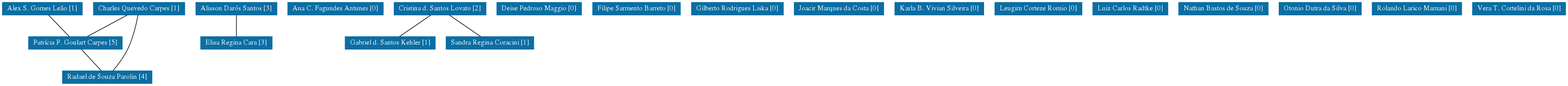
Above: Campus_Itaqui/grafoDeColaboracoesSemPesos.png in andersonbihain/forum_licenciaturas (Graphviz), before the change. Its source is kept beside it as Campus_Itaqui/grafoDeColaboracoesSemPesos.dot.
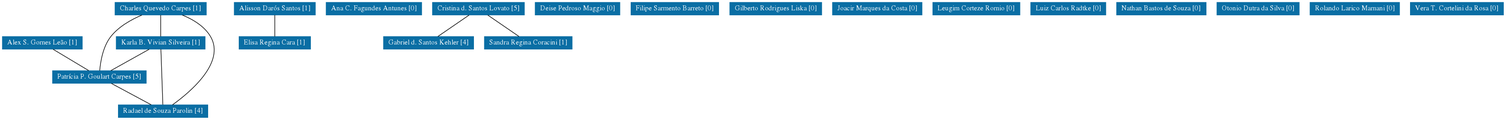
After the change.

The edit, as a diff of the source:
```diff
@@ -1,5 +1,5 @@
 strict graph grafo1 {
-	graph [bb="0,0,2602,135",
+	graph [bb="0,0,2499,192",
 		id=grafo1,
 		overlap=False
 	];
@@ -20,146 +20,149 @@
 		fontcolor="#FFFFFF",
 		height=0.29167,
 		label="Patrícia P. Goulart Carpes [5]",
-		pos="121.5,67.5",
+		pos="161.5,67.5",
 		width=2.1667];
-	0 -- 16	 [pos="76.845,113.78 86.678,103.59 101.38,88.348 111.2,78.173"];
+	0 -- 16	 [pos="84.369,113.78 101.35,103.59 126.75,88.348 143.71,78.173"];
 	17	 [URL="membro-3321947327740091.html",
 		color="#0A6EA4",
 		fontcolor="#FFFFFF",
 		height=0.29167,
 		label="Radael de Souza Parolin [4]",
-		pos="174.5,10.5",
+		pos="267.5,10.5",
 		width=2.0694];
-	16 -- 17	 [pos="131.47,56.779 140.94,46.588 155.12,31.348 164.58,21.173"];
+	16 -- 17	 [pos="181.44,56.779 200.39,46.588 228.73,31.348 247.65,21.173"];
 	1	 [URL="membro-6578656064045662.html",
 		color="#0A6EA4",
 		fontcolor="#FFFFFF",
 		height=0.29167,
-		label="Alisson Darós Santos [3]",
-		pos="389.5,124.5",
+		label="Alisson Darós Santos [1]",
+		pos="453.5,181.5",
 		width=1.875];
 	6	 [URL="membro-4030189248596755.html",
 		color="#0A6EA4",
 		fontcolor="#FFFFFF",
 		height=0.29167,
-		label="Elisa Regina Cara [3]",
-		pos="389.5,67.5",
+		label="Elisa Regina Cara [1]",
+		pos="453.5,124.5",
 		width=1.6528];
-	1 -- 6	 [pos="389.5,113.78 389.5,103.59 389.5,88.348 389.5,78.173"];
+	1 -- 6	 [pos="453.5,170.78 453.5,160.59 453.5,145.35 453.5,135.17"];
 	2	 [URL="membro-7082296865041644.html",
 		color="#0A6EA4",
 		fontcolor="#FFFFFF",
 		height=0.29167,
 		label="Ana C. Fagundes Antunes [0]",
-		pos="554.5,124.5",
+		pos="618.5,181.5",
 		width=2.2083];
 	3	 [URL="membro-6354365216617498.html",
 		color="#0A6EA4",
 		fontcolor="#FFFFFF",
 		height=0.29167,
 		label="Charles Quevedo Carpes [1]",
-		pos="227.5,124.5",
+		pos="263.5,181.5",
 		width=2.1111];
-	3 -- 16	 [pos="207.56,113.78 188.61,103.59 160.27,88.348 141.35,78.173"];
-	3 -- 17	 [pos="225.66,113.55 223.09,99.827 217.66,75.829 208.5,57 202.02,43.691 191.67,30.229 184.09,21.239"];
+	3 -- 16	 [pos="232.22,170.88 214.66,163.41 193.69,151.74 180.5,135 167.24,118.17 163.23,92.576 162.02,78.225"];
+	3 -- 17	 [pos="299.54,170.91 316.98,163.76 336.31,152.39 346.5,135 371.74,91.932 312.69,42.239 283.12,21.002"];
+	11	 [URL="membro-7199536513974481.html",
+		color="#0A6EA4",
+		fontcolor="#FFFFFF",
+		height=0.29167,
+		label="Karla B. Vivian Silveira [1]",
+		pos="263.5,124.5",
+		width=2.0556];
+	3 -- 11	 [pos="263.5,170.78 263.5,160.59 263.5,145.35 263.5,135.17"];
+	11 -- 16	 [pos="244.31,113.78 226.08,103.59 198.81,88.348 180.6,78.173"];
+	11 -- 17	 [pos="263.87,113.98 264.63,92.372 266.35,43.193 267.12,21.328"];
 	4	 [URL="membro-7562187381716677.html",
 		color="#0A6EA4",
 		fontcolor="#FFFFFF",
 		height=0.29167,
-		label="Cristina d. Santos Lovato [2]",
-		pos="728.5,124.5",
+		label="Cristina d. Santos Lovato [5]",
+		pos="792.5,181.5",
 		width=2.125];
 	8	 [URL="membro-3370111653429241.html",
 		color="#0A6EA4",
 		fontcolor="#FFFFFF",
 		height=0.29167,
-		label="Gabriel d. Santos Kehler [1]",
-		pos="645.5,67.5",
+		label="Gabriel d. Santos Kehler [4]",
+		pos="709.5,124.5",
 		width=2.0833];
-	4 -- 8	 [pos="712.89,113.78 698.05,103.59 675.86,88.348 661.04,78.173"];
+	4 -- 8	 [pos="776.89,170.78 762.05,160.59 739.86,145.35 725.04,135.17"];
 	19	 [URL="membro-3081658219182183.html",
 		color="#0A6EA4",
 		fontcolor="#FFFFFF",
 		height=0.29167,
 		label="Sandra Regina Coracini [1]",
-		pos="811.5,67.5",
+		pos="875.5,124.5",
 		width=2.0278];
-	4 -- 19	 [pos="744.11,113.78 758.95,103.59 781.14,88.348 795.96,78.173"];
+	4 -- 19	 [pos="808.11,170.78 822.95,160.59 845.14,145.35 859.96,135.17"];
 	5	 [URL="membro-9930020408308947.html",
 		color="#0A6EA4",
 		fontcolor="#FFFFFF",
 		height=0.29167,
 		label="Deise Pedroso Maggio [0]",
-		pos="893.5,124.5",
+		pos="957.5,181.5",
 		width=1.9583];
 	7	 [URL="membro-2191885072457717.html",
 		color="#0A6EA4",
 		fontcolor="#FFFFFF",
 		height=0.29167,
 		label="Filipe Sarmento Barreto [0]",
-		pos="1055.5,124.5",
+		pos="1119.5,181.5",
 		width=2.0278];
 	9	 [URL="membro-2217949943647601.html",
 		color="#0A6EA4",
 		fontcolor="#FFFFFF",
 		height=0.29167,
 		label="Gilberto Rodrigues Liska [0]",
-		pos="1223.5,124.5",
+		pos="1287.5,181.5",
 		width=2.125];
 	10	 [URL="membro-4415592608164551.html",
 		color="#0A6EA4",
 		fontcolor="#FFFFFF",
 		height=0.29167,
 		label="Joacir Marques da Costa [0]",
-		pos="1392.5,124.5",
+		pos="1456.5,181.5",
 		width=2.0694];
-	11	 [URL="membro-7199536513974481.html",
-		color="#0A6EA4",
-		fontcolor="#FFFFFF",
-		height=0.29167,
-		label="Karla B. Vivian Silveira [0]",
-		pos="1559.5,124.5",
-		width=2.0556];
 	12	 [URL="membro-8948008714853940.html",
 		color="#0A6EA4",
 		fontcolor="#FFFFFF",
 		height=0.29167,
 		label="Leugim Corteze Romio [0]",
-		pos="1724.5,124.5",
+		pos="1621.5,181.5",
 		width=2.0139];
 	13	 [URL="membro-9456163495439873.html",
 		color="#0A6EA4",
 		fontcolor="#FFFFFF",
 		height=0.29167,
 		label="Luiz Carlos Radtke [0]",
-		pos="1877.5,124.5",
+		pos="1774.5,181.5",
 		width=1.7361];
 	14	 [URL="membro-4592348231762682.html",
 		color="#0A6EA4",
 		fontcolor="#FFFFFF",
 		height=0.29167,
 		label="Nathan Bastos de Souza [0]",
-		pos="2032.5,124.5",
+		pos="1929.5,181.5",
 		width=2.0694];
 	15	 [URL="membro-1428550806690596.html",
 		color="#0A6EA4",
 		fontcolor="#FFFFFF",
 		height=0.29167,
 		label="Otonio Dutra da Silva [0]",
-		pos="2193.5,124.5",
+		pos="2090.5,181.5",
 		width=1.9028];
 	18	 [URL="membro-4720168156638203.html",
 		color="#0A6EA4",
 		fontcolor="#FFFFFF",
 		height=0.29167,
 		label="Rolando Larico Mamani [0]",
-		pos="2354.5,124.5",
+		pos="2251.5,181.5",
 		width=2.0694];
 	20	 [URL="membro-9809845979418380.html",
 		color="#0A6EA4",
 		fontcolor="#FFFFFF",
 		height=0.29167,
 		label="Vera T. Cortelini da Rosa [0]",
-		pos="2524.5,124.5",
+		pos="2421.5,181.5",
 		width=2.1528];
 }
```
